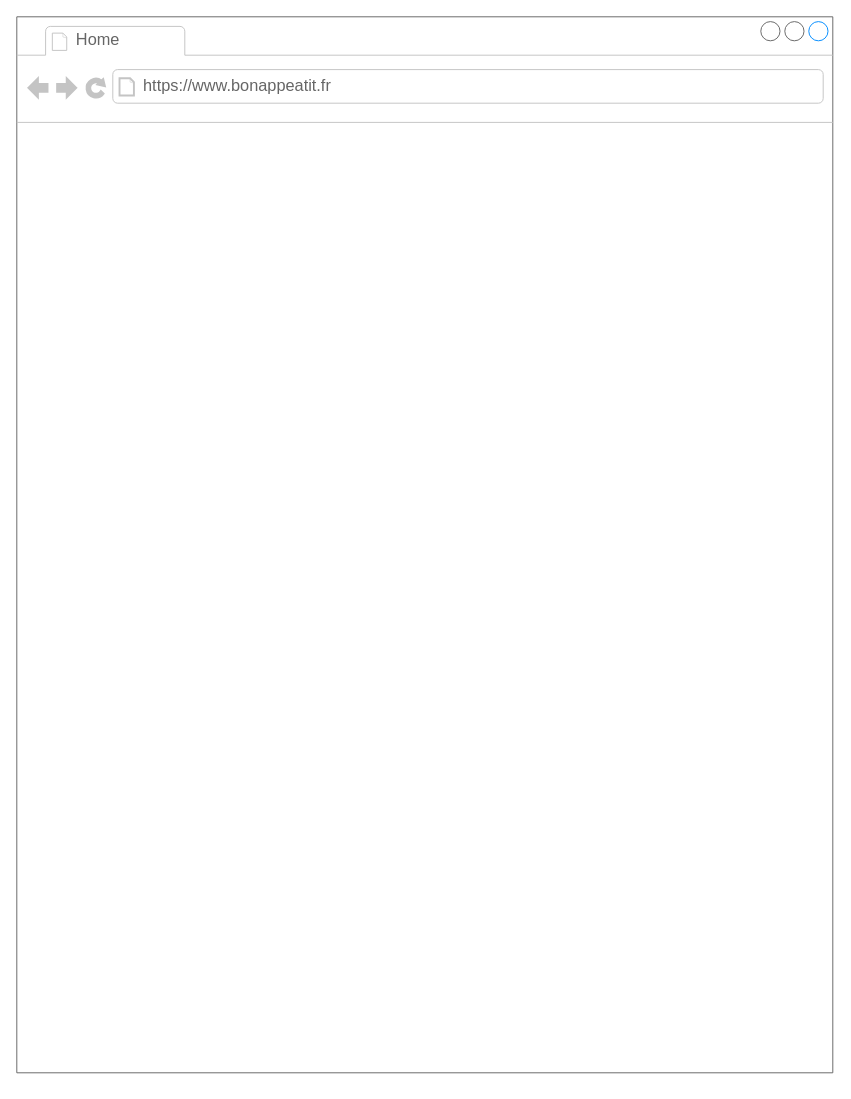
jmitchell35/holbertonschool-portfolio_project keeps this draw.io diagram as part3/2_wireframes/HomePage.drawio. Above is the earlier version. Source tidied: cells renumbered, new cells numbered last; positions are measured from the earlier drawing's top-left corner, leaving out a move shared by most shapes. Both pictures are drawn from the tidied source at 96%, with x=0, y=0 at pixel (16, 16).
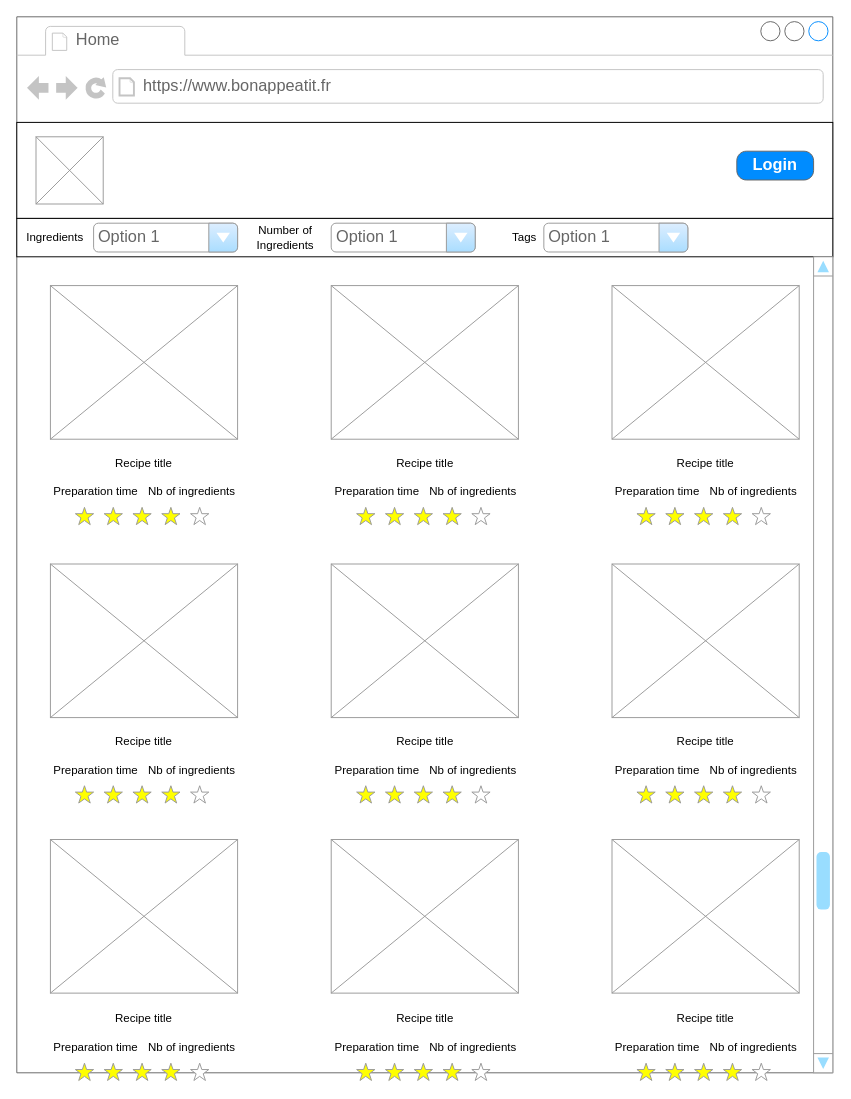
Above is the later version.

Unchanged cells that the change refers to:
```xml
<mxCell id="2" style="strokeWidth=1;shadow=0;dashed=0;align=center;html=1;shape=mxgraph.mockup.containers.browserWindow;rSize=0;strokeColor=#666666;strokeColor2=#008cff;strokeColor3=#c4c4c4;mainText=,;" parent="1" vertex="1">
  <mxGeometry width="850" height="1100" as="geometry" />
</mxCell>
```

The edit, as a diff of the source:
```diff
@@
+    <mxCell id="5" style="rounded=0;whiteSpace=wrap;html=1;" parent="2" vertex="1">
+      <mxGeometry y="110" width="850" height="100" as="geometry" />
+    </mxCell>
+    <mxCell id="6" value="Login" style="strokeWidth=1;shadow=0;dashed=0;align=center;html=1;shape=mxgraph.mockup.buttons.button;strokeColor=#666666;fontColor=#ffffff;mainText=;buttonStyle=round;fontSize=17;fontStyle=1;fillColor=#008cff;whiteSpace=wrap;" parent="2" vertex="1">
+      <mxGeometry x="750" y="140" width="80" height="30" as="geometry" />
+    </mxCell>
+    <mxCell id="7" style="verticalLabelPosition=bottom;shadow=0;dashed=0;align=center;html=1;verticalAlign=top;strokeWidth=1;shape=mxgraph.mockup.graphics.simpleIcon;strokeColor=#999999;" parent="2" vertex="1">
+      <mxGeometry x="20" y="125" width="70" height="70" as="geometry" />
+    </mxCell>
+    <mxCell id="8" style="rounded=0;whiteSpace=wrap;html=1;" parent="2" vertex="1">
+      <mxGeometry y="210" width="850" height="40" as="geometry" />
+    </mxCell>
+    <mxCell id="9" style="verticalLabelPosition=bottom;shadow=0;dashed=0;align=center;html=1;verticalAlign=top;strokeWidth=1;shape=mxgraph.mockup.graphics.simpleIcon;strokeColor=#999999;fillColor=#ffffff;" parent="2" vertex="1">
+      <mxGeometry x="35" y="280" width="195" height="160" as="geometry" />
+    </mxCell>
+    <mxCell id="10" style="verticalLabelPosition=bottom;shadow=0;dashed=0;align=center;html=1;verticalAlign=top;strokeWidth=1;shape=mxgraph.mockup.graphics.simpleIcon;strokeColor=#999999;fillColor=#ffffff;" parent="2" vertex="1">
+      <mxGeometry x="327.5" y="280" width="195" height="160" as="geometry" />
+    </mxCell>
+    <mxCell id="11" style="verticalLabelPosition=bottom;shadow=0;dashed=0;align=center;html=1;verticalAlign=top;strokeWidth=1;shape=mxgraph.mockup.graphics.simpleIcon;strokeColor=#999999;fillColor=#ffffff;" parent="2" vertex="1">
+      <mxGeometry x="620" y="280" width="195" height="160" as="geometry" />
+    </mxCell>
+    <mxCell id="12" style="verticalLabelPosition=bottom;shadow=0;dashed=0;align=center;html=1;verticalAlign=top;strokeWidth=1;shape=mxgraph.mockup.graphics.simpleIcon;strokeColor=#999999;fillColor=#ffffff;" parent="2" vertex="1">
+      <mxGeometry x="35" y="570" width="195" height="160" as="geometry" />
+    </mxCell>
+    <mxCell id="13" style="verticalLabelPosition=bottom;shadow=0;dashed=0;align=center;html=1;verticalAlign=top;strokeWidth=1;shape=mxgraph.mockup.graphics.simpleIcon;strokeColor=#999999;fillColor=#ffffff;" parent="2" vertex="1">
+      <mxGeometry x="327.5" y="570" width="195" height="160" as="geometry" />
+    </mxCell>
+    <mxCell id="14" style="verticalLabelPosition=bottom;shadow=0;dashed=0;align=center;html=1;verticalAlign=top;strokeWidth=1;shape=mxgraph.mockup.graphics.simpleIcon;strokeColor=#999999;fillColor=#ffffff;" parent="2" vertex="1">
+      <mxGeometry x="620" y="570" width="195" height="160" as="geometry" />
+    </mxCell>
+    <mxCell id="15" style="verticalLabelPosition=bottom;shadow=0;dashed=0;align=center;html=1;verticalAlign=top;strokeWidth=1;shape=mxgraph.mockup.graphics.simpleIcon;strokeColor=#999999;fillColor=#ffffff;" parent="2" vertex="1">
+      <mxGeometry x="35" y="857" width="195" height="160" as="geometry" />
+    </mxCell>
+    <mxCell id="16" style="verticalLabelPosition=bottom;shadow=0;dashed=0;align=center;html=1;verticalAlign=top;strokeWidth=1;shape=mxgraph.mockup.graphics.simpleIcon;strokeColor=#999999;fillColor=#ffffff;" parent="2" vertex="1">
+      <mxGeometry x="327.5" y="857" width="195" height="160" as="geometry" />
+    </mxCell>
+    <mxCell id="17" style="verticalLabelPosition=bottom;shadow=0;dashed=0;align=center;html=1;verticalAlign=top;strokeWidth=1;shape=mxgraph.mockup.graphics.simpleIcon;strokeColor=#999999;fillColor=#ffffff;" parent="2" vertex="1">
+      <mxGeometry x="620" y="857" width="195" height="160" as="geometry" />
+    </mxCell>
+    <mxCell id="18" style="verticalLabelPosition=bottom;shadow=0;dashed=0;align=center;html=1;verticalAlign=top;strokeWidth=1;shape=mxgraph.mockup.navigation.scrollBar;strokeColor=#999999;barPos=20;fillColor2=#99ddff;strokeColor2=none;direction=north;" parent="2" vertex="1">
+      <mxGeometry x="830" y="250" width="20" height="850" as="geometry" />
+    </mxCell>
+    <mxCell id="19" value="Option 1" style="strokeWidth=1;shadow=0;dashed=0;align=center;html=1;shape=mxgraph.mockup.forms.comboBox;strokeColor=#999999;fillColor=#ddeeff;align=left;fillColor2=#aaddff;mainText=;fontColor=#666666;fontSize=17;spacingLeft=3;" parent="2" vertex="1">
+      <mxGeometry x="80" y="215" width="150" height="30" as="geometry" />
+    </mxCell>
+    <mxCell id="20" value="Ingredients" style="text;html=1;align=center;verticalAlign=middle;whiteSpace=wrap;rounded=0;fontColor=light-dark(#000000,#666666);" parent="2" vertex="1">
+      <mxGeometry x="10" y="215" width="60" height="30" as="geometry" />
+    </mxCell>
+    <mxCell id="21" value="&lt;span style=&quot;color: light-dark(rgb(0, 0, 0), rgb(102, 102, 102));&quot;&gt;Number of Ingredients&lt;/span&gt;" style="text;html=1;align=center;verticalAlign=middle;whiteSpace=wrap;rounded=0;fillColor=default;" parent="2" vertex="1">
+      <mxGeometry x="250" y="215" width="60" height="30" as="geometry" />
+    </mxCell>
+    <mxCell id="22" value="Option 1" style="strokeWidth=1;shadow=0;dashed=0;align=center;html=1;shape=mxgraph.mockup.forms.comboBox;strokeColor=#999999;fillColor=#ddeeff;align=left;fillColor2=#aaddff;mainText=;fontColor=#666666;fontSize=17;spacingLeft=3;" parent="2" vertex="1">
+      <mxGeometry x="327.5" y="215" width="150" height="30" as="geometry" />
+    </mxCell>
+    <mxCell id="23" value="Tags" style="text;html=1;align=center;verticalAlign=middle;whiteSpace=wrap;rounded=0;fontColor=light-dark(#000000,#666666);" parent="2" vertex="1">
+      <mxGeometry x="499" y="215" width="60" height="30" as="geometry" />
+    </mxCell>
+    <mxCell id="24" value="Option 1" style="strokeWidth=1;shadow=0;dashed=0;align=center;html=1;shape=mxgraph.mockup.forms.comboBox;strokeColor=#999999;fillColor=#ddeeff;align=left;fillColor2=#aaddff;mainText=;fontColor=#666666;fontSize=17;spacingLeft=3;" parent="2" vertex="1">
+      <mxGeometry x="549" y="215" width="150" height="30" as="geometry" />
+    </mxCell>
+    <mxCell id="25" style="group;" parent="2" vertex="1">
+      <mxGeometry x="35" y="450" width="195" height="81" as="geometry" />
+    </mxCell>
+    <mxCell id="26" value="Recipe title" style="text;html=1;align=center;verticalAlign=middle;whiteSpace=wrap;rounded=0;fontColor=light-dark(#000000,#666666);" parent="25" vertex="1">
+      <mxGeometry width="195" height="30" as="geometry" />
+    </mxCell>
+    <mxCell id="27" value="Preparation time" style="text;html=1;align=center;verticalAlign=middle;whiteSpace=wrap;rounded=0;fontColor=light-dark(#000000,#666666);" parent="25" vertex="1">
+      <mxGeometry y="30" width="95" height="30" as="geometry" />
+    </mxCell>
+    <mxCell id="28" value="Nb of ingredients" style="text;html=1;align=center;verticalAlign=middle;whiteSpace=wrap;rounded=0;fontColor=light-dark(#000000,#666666);" parent="25" vertex="1">
+      <mxGeometry x="100" y="30" width="95" height="30" as="geometry" />
+    </mxCell>
+    <mxCell id="29" style="verticalLabelPosition=bottom;shadow=0;dashed=0;align=center;html=1;verticalAlign=top;strokeWidth=1;shape=mxgraph.mockup.misc.rating;strokeColor=#999999;fillColor=#ffff00;emptyFillColor=#ffffff;grade=4;ratingScale=5;ratingStyle=star;" parent="25" vertex="1">
+      <mxGeometry x="26" y="61" width="145" height="20" as="geometry" />
+    </mxCell>
+    <mxCell id="30" style="group;" parent="2" vertex="1">
+      <mxGeometry x="35" y="740" width="195" height="81" as="geometry" />
+    </mxCell>
+    <mxCell id="31" value="Recipe title" style="text;html=1;align=center;verticalAlign=middle;whiteSpace=wrap;rounded=0;fontColor=light-dark(#000000,#666666);" parent="30" vertex="1">
+      <mxGeometry width="195" height="30" as="geometry" />
+    </mxCell>
+    <mxCell id="32" value="Preparation time" style="text;html=1;align=center;verticalAlign=middle;whiteSpace=wrap;rounded=0;fontColor=light-dark(#000000,#666666);" parent="30" vertex="1">
+      <mxGeometry y="30" width="95" height="30" as="geometry" />
+    </mxCell>
+    <mxCell id="33" value="Nb of ingredients" style="text;html=1;align=center;verticalAlign=middle;whiteSpace=wrap;rounded=0;fontColor=light-dark(#000000,#666666);" parent="30" vertex="1">
+      <mxGeometry x="100" y="30" width="95" height="30" as="geometry" />
+    </mxCell>
+    <mxCell id="34" style="verticalLabelPosition=bottom;shadow=0;dashed=0;align=center;html=1;verticalAlign=top;strokeWidth=1;shape=mxgraph.mockup.misc.rating;strokeColor=#999999;fillColor=#ffff00;emptyFillColor=#ffffff;grade=4;ratingScale=5;ratingStyle=star;" parent="30" vertex="1">
+      <mxGeometry x="26" y="61" width="145" height="20" as="geometry" />
+    </mxCell>
+    <mxCell id="35" style="group;" parent="2" vertex="1">
+      <mxGeometry x="35" y="1029" width="195" height="81" as="geometry" />
+    </mxCell>
+    <mxCell id="36" value="Recipe title" style="text;html=1;align=center;verticalAlign=middle;whiteSpace=wrap;rounded=0;fontColor=light-dark(#000000,#666666);" parent="35" vertex="1">
+      <mxGeometry width="195" height="30" as="geometry" />
+    </mxCell>
+    <mxCell id="37" value="Preparation time" style="text;html=1;align=center;verticalAlign=middle;whiteSpace=wrap;rounded=0;fontColor=light-dark(#000000,#666666);" parent="35" vertex="1">
+      <mxGeometry y="30" width="95" height="30" as="geometry" />
+    </mxCell>
+    <mxCell id="38" value="Nb of ingredients" style="text;html=1;align=center;verticalAlign=middle;whiteSpace=wrap;rounded=0;fontColor=light-dark(#000000,#666666);" parent="35" vertex="1">
+      <mxGeometry x="100" y="30" width="95" height="30" as="geometry" />
+    </mxCell>
+    <mxCell id="39" style="verticalLabelPosition=bottom;shadow=0;dashed=0;align=center;html=1;verticalAlign=top;strokeWidth=1;shape=mxgraph.mockup.misc.rating;strokeColor=#999999;fillColor=#ffff00;emptyFillColor=#ffffff;grade=4;ratingScale=5;ratingStyle=star;" parent="35" vertex="1">
+      <mxGeometry x="26" y="61" width="145" height="20" as="geometry" />
+    </mxCell>
+    <mxCell id="40" style="group;" parent="2" vertex="1">
+      <mxGeometry x="328" y="450" width="195" height="81" as="geometry" />
+    </mxCell>
+    <mxCell id="41" value="Recipe title" style="text;html=1;align=center;verticalAlign=middle;whiteSpace=wrap;rounded=0;fontColor=light-dark(#000000,#666666);" parent="40" vertex="1">
+      <mxGeometry width="195" height="30" as="geometry" />
+    </mxCell>
+    <mxCell id="42" value="Preparation time" style="text;html=1;align=center;verticalAlign=middle;whiteSpace=wrap;rounded=0;fontColor=light-dark(#000000,#666666);" parent="40" vertex="1">
+      <mxGeometry y="30" width="95" height="30" as="geometry" />
+    </mxCell>
+    <mxCell id="43" value="Nb of ingredients" style="text;html=1;align=center;verticalAlign=middle;whiteSpace=wrap;rounded=0;fontColor=light-dark(#000000,#666666);" parent="40" vertex="1">
+      <mxGeometry x="100" y="30" width="95" height="30" as="geometry" />
+    </mxCell>
+    <mxCell id="44" style="verticalLabelPosition=bottom;shadow=0;dashed=0;align=center;html=1;verticalAlign=top;strokeWidth=1;shape=mxgraph.mockup.misc.rating;strokeColor=#999999;fillColor=#ffff00;emptyFillColor=#ffffff;grade=4;ratingScale=5;ratingStyle=star;" parent="40" vertex="1">
+      <mxGeometry x="26" y="61" width="145" height="20" as="geometry" />
+    </mxCell>
+    <mxCell id="45" style="group;" parent="2" vertex="1">
+      <mxGeometry x="620" y="450" width="195" height="81" as="geometry" />
+    </mxCell>
+    <mxCell id="46" value="Recipe title" style="text;html=1;align=center;verticalAlign=middle;whiteSpace=wrap;rounded=0;fontColor=light-dark(#000000,#666666);" parent="45" vertex="1">
+      <mxGeometry width="195" height="30" as="geometry" />
+    </mxCell>
+    <mxCell id="47" value="Preparation time" style="text;html=1;align=center;verticalAlign=middle;whiteSpace=wrap;rounded=0;fontColor=light-dark(#000000,#666666);" parent="45" vertex="1">
+      <mxGeometry y="30" width="95" height="30" as="geometry" />
+    </mxCell>
+    <mxCell id="48" value="Nb of ingredients" style="text;html=1;align=center;verticalAlign=middle;whiteSpace=wrap;rounded=0;fontColor=light-dark(#000000,#666666);" parent="45" vertex="1">
+      <mxGeometry x="100" y="30" width="95" height="30" as="geometry" />
+    </mxCell>
+    <mxCell id="49" style="verticalLabelPosition=bottom;shadow=0;dashed=0;align=center;html=1;verticalAlign=top;strokeWidth=1;shape=mxgraph.mockup.misc.rating;strokeColor=#999999;fillColor=#ffff00;emptyFillColor=#ffffff;grade=4;ratingScale=5;ratingStyle=star;" parent="45" vertex="1">
+      <mxGeometry x="26" y="61" width="145" height="20" as="geometry" />
+    </mxCell>
+    <mxCell id="50" style="group;" parent="2" vertex="1">
+      <mxGeometry x="328" y="740" width="195" height="81" as="geometry" />
+    </mxCell>
+    <mxCell id="51" value="Recipe title" style="text;html=1;align=center;verticalAlign=middle;whiteSpace=wrap;rounded=0;fontColor=light-dark(#000000,#666666);" parent="50" vertex="1">
+      <mxGeometry width="195" height="30" as="geometry" />
+    </mxCell>
+    <mxCell id="52" value="Preparation time" style="text;html=1;align=center;verticalAlign=middle;whiteSpace=wrap;rounded=0;fontColor=light-dark(#000000,#666666);" parent="50" vertex="1">
+      <mxGeometry y="30" width="95" height="30" as="geometry" />
+    </mxCell>
+    <mxCell id="53" value="Nb of ingredients" style="text;html=1;align=center;verticalAlign=middle;whiteSpace=wrap;rounded=0;fontColor=light-dark(#000000,#666666);" parent="50" vertex="1">
+      <mxGeometry x="100" y="30" width="95" height="30" as="geometry" />
+    </mxCell>
+    <mxCell id="54" style="verticalLabelPosition=bottom;shadow=0;dashed=0;align=center;html=1;verticalAlign=top;strokeWidth=1;shape=mxgraph.mockup.misc.rating;strokeColor=#999999;fillColor=#ffff00;emptyFillColor=#ffffff;grade=4;ratingScale=5;ratingStyle=star;" parent="50" vertex="1">
+      <mxGeometry x="26" y="61" width="145" height="20" as="geometry" />
+    </mxCell>
+    <mxCell id="55" style="group;" parent="2" vertex="1">
+      <mxGeometry x="620" y="740" width="195" height="81" as="geometry" />
+    </mxCell>
+    <mxCell id="56" value="Recipe title" style="text;html=1;align=center;verticalAlign=middle;whiteSpace=wrap;rounded=0;fontColor=light-dark(#000000,#666666);" parent="55" vertex="1">
+      <mxGeometry width="195" height="30" as="geometry" />
+    </mxCell>
+    <mxCell id="57" value="Preparation time" style="text;html=1;align=center;verticalAlign=middle;whiteSpace=wrap;rounded=0;fontColor=light-dark(#000000,#666666);" parent="55" vertex="1">
+      <mxGeometry y="30" width="95" height="30" as="geometry" />
+    </mxCell>
+    <mxCell id="58" value="Nb of ingredients" style="text;html=1;align=center;verticalAlign=middle;whiteSpace=wrap;rounded=0;fontColor=light-dark(#000000,#666666);" parent="55" vertex="1">
+      <mxGeometry x="100" y="30" width="95" height="30" as="geometry" />
+    </mxCell>
+    <mxCell id="59" style="verticalLabelPosition=bottom;shadow=0;dashed=0;align=center;html=1;verticalAlign=top;strokeWidth=1;shape=mxgraph.mockup.misc.rating;strokeColor=#999999;fillColor=#ffff00;emptyFillColor=#ffffff;grade=4;ratingScale=5;ratingStyle=star;" parent="55" vertex="1">
+      <mxGeometry x="26" y="61" width="145" height="20" as="geometry" />
+    </mxCell>
+    <mxCell id="60" style="group;" parent="2" vertex="1">
+      <mxGeometry x="328" y="1029" width="195" height="81" as="geometry" />
+    </mxCell>
+    <mxCell id="61" value="Recipe title" style="text;html=1;align=center;verticalAlign=middle;whiteSpace=wrap;rounded=0;fontColor=light-dark(#000000,#666666);" parent="60" vertex="1">
+      <mxGeometry width="195" height="30" as="geometry" />
+    </mxCell>
+    <mxCell id="62" value="Preparation time" style="text;html=1;align=center;verticalAlign=middle;whiteSpace=wrap;rounded=0;fontColor=light-dark(#000000,#666666);" parent="60" vertex="1">
+      <mxGeometry y="30" width="95" height="30" as="geometry" />
+    </mxCell>
+    <mxCell id="63" value="Nb of ingredients" style="text;html=1;align=center;verticalAlign=middle;whiteSpace=wrap;rounded=0;fontColor=light-dark(#000000,#666666);" parent="60" vertex="1">
+      <mxGeometry x="100" y="30" width="95" height="30" as="geometry" />
+    </mxCell>
+    <mxCell id="64" style="verticalLabelPosition=bottom;shadow=0;dashed=0;align=center;html=1;verticalAlign=top;strokeWidth=1;shape=mxgraph.mockup.misc.rating;strokeColor=#999999;fillColor=#ffff00;emptyFillColor=#ffffff;grade=4;ratingScale=5;ratingStyle=star;" parent="60" vertex="1">
+      <mxGeometry x="26" y="61" width="145" height="20" as="geometry" />
+    </mxCell>
+    <mxCell id="65" style="group;" parent="2" vertex="1">
+      <mxGeometry x="620" y="1029" width="195" height="81" as="geometry" />
+    </mxCell>
+    <mxCell id="66" value="Recipe title" style="text;html=1;align=center;verticalAlign=middle;whiteSpace=wrap;rounded=0;fontColor=light-dark(#000000,#666666);" parent="65" vertex="1">
+      <mxGeometry width="195" height="30" as="geometry" />
+    </mxCell>
+    <mxCell id="67" value="Preparation time" style="text;html=1;align=center;verticalAlign=middle;whiteSpace=wrap;rounded=0;fontColor=light-dark(#000000,#666666);" parent="65" vertex="1">
+      <mxGeometry y="30" width="95" height="30" as="geometry" />
+    </mxCell>
+    <mxCell id="68" value="Nb of ingredients" style="text;html=1;align=center;verticalAlign=middle;whiteSpace=wrap;rounded=0;fontColor=light-dark(#000000,#666666);" parent="65" vertex="1">
+      <mxGeometry x="100" y="30" width="95" height="30" as="geometry" />
+    </mxCell>
+    <mxCell id="69" style="verticalLabelPosition=bottom;shadow=0;dashed=0;align=center;html=1;verticalAlign=top;strokeWidth=1;shape=mxgraph.mockup.misc.rating;strokeColor=#999999;fillColor=#ffff00;emptyFillColor=#ffffff;grade=4;ratingScale=5;ratingStyle=star;" parent="65" vertex="1">
+      <mxGeometry x="26" y="61" width="145" height="20" as="geometry" />
+    </mxCell>
```
